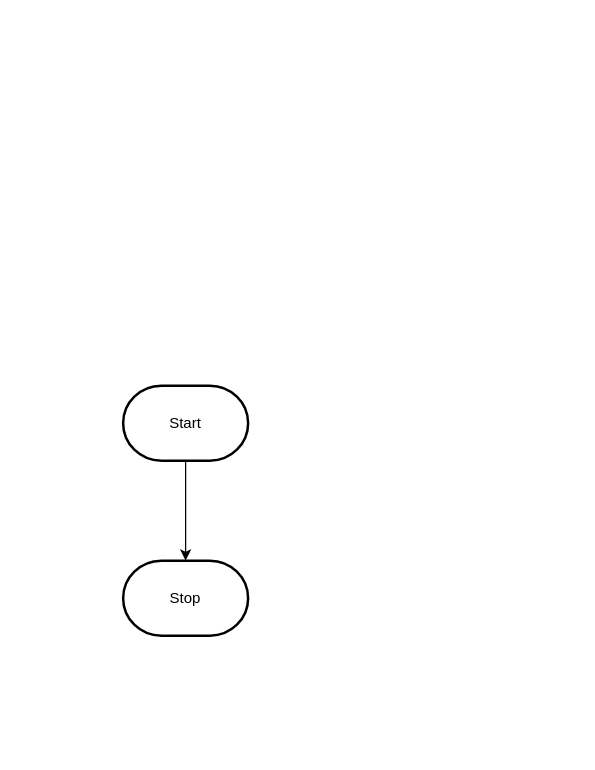
The draw.io diagram design/flowchart.drawio in MTHS-ICS2O-2-2022/ICS2O-Unit-6-02-Mariam-Kasim, before the edit. Source tidied: cells renumbered, new cells numbered last; positions are measured from the earlier drawing's top-left corner, leaving out a move shared by most shapes. Both pictures are drawn from the tidied source at 125%, with x=0, y=0 at pixel (122, 385).
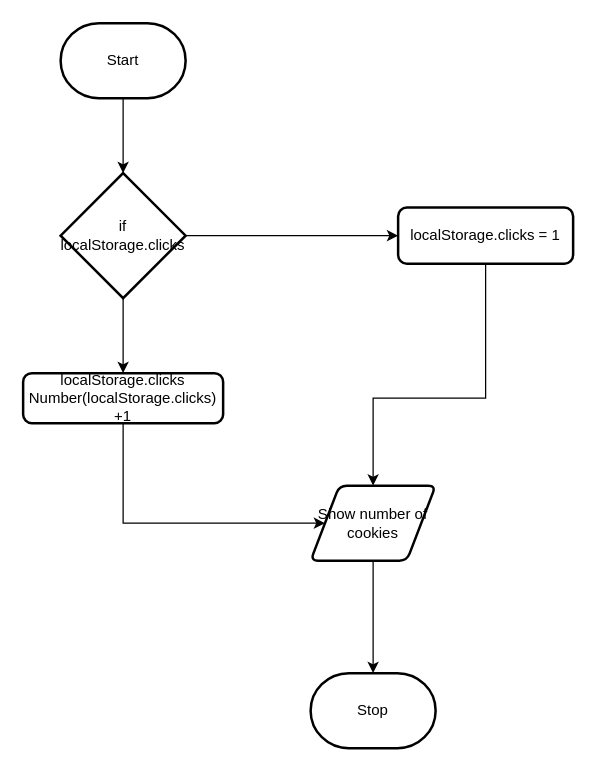
The same page after the edit.

Diff of the diagram source:
```diff
@@
 <mxGraphModel>
   <root>
     <mxCell id="0" />
     <mxCell id="1" parent="0" />
-    <mxCell id="2" style="edgeStyle=orthogonalEdgeStyle;html=1;rounded=0;" parent="1" edge="1" source="3" target="4">
-      <mxGeometry relative="1" as="geometry" />
-    </mxCell>
+    <mxCell id="5" style="edgeStyle=none;html=1;" parent="1" edge="1" source="3" target="8">
+      <mxGeometry relative="1" as="geometry" />
+    </mxCell>
     <mxCell id="3" value="Start" style="strokeWidth=2;html=1;shape=mxgraph.flowchart.terminator;whiteSpace=wrap;" parent="1" vertex="1">
-      <mxGeometry width="100" height="60" as="geometry" />
+      <mxGeometry x="-50" y="-290" width="100" height="60" as="geometry" />
     </mxCell>
     <mxCell id="4" value="Stop" style="strokeWidth=2;html=1;shape=mxgraph.flowchart.terminator;whiteSpace=wrap;" parent="1" vertex="1">
-      <mxGeometry y="140" width="100" height="60" as="geometry" />
+      <mxGeometry x="150" y="230" width="100" height="60" as="geometry" />
     </mxCell>
+    <mxCell id="6" style="edgeStyle=none;html=1;" parent="1" edge="1" source="8" target="10">
+      <mxGeometry relative="1" as="geometry" />
+    </mxCell>
+    <mxCell id="7" style="edgeStyle=none;rounded=0;html=1;" parent="1" edge="1" source="8" target="14">
+      <mxGeometry relative="1" as="geometry" />
+    </mxCell>
+    <mxCell id="8" value="if&lt;br&gt;localStorage.clicks" style="strokeWidth=2;html=1;shape=mxgraph.flowchart.decision;whiteSpace=wrap;" parent="1" vertex="1">
+      <mxGeometry x="-50" y="-170" width="100" height="100" as="geometry" />
+    </mxCell>
+    <mxCell id="9" style="edgeStyle=none;html=1;rounded=0;" parent="1" edge="1" source="10">
+      <mxGeometry relative="1" as="geometry">
+        <mxPoint x="200" y="80" as="targetPoint" />
+        <Array as="points">
+          <mxPoint x="290" y="10" />
+          <mxPoint x="200" y="10" />
+        </Array>
+      </mxGeometry>
+    </mxCell>
+    <mxCell id="10" value="localStorage.clicks = 1" style="rounded=1;whiteSpace=wrap;html=1;absoluteArcSize=1;arcSize=14;strokeWidth=2;" parent="1" vertex="1">
+      <mxGeometry x="220" y="-142.5" width="140" height="45" as="geometry" />
+    </mxCell>
+    <mxCell id="11" style="edgeStyle=none;rounded=0;html=1;entryX=0.5;entryY=0;entryDx=0;entryDy=0;entryPerimeter=0;" parent="1" edge="1" source="12" target="4">
+      <mxGeometry relative="1" as="geometry" />
+    </mxCell>
+    <mxCell id="12" value="Show number of cookies" style="shape=parallelogram;html=1;strokeWidth=2;perimeter=parallelogramPerimeter;whiteSpace=wrap;rounded=1;arcSize=12;size=0.23;" parent="1" vertex="1">
+      <mxGeometry x="150" y="80" width="100" height="60" as="geometry" />
+    </mxCell>
+    <mxCell id="13" style="edgeStyle=none;rounded=0;html=1;entryX=0;entryY=0.5;entryDx=0;entryDy=0;" parent="1" edge="1" source="14" target="12">
+      <mxGeometry relative="1" as="geometry">
+        <Array as="points">
+          <mxPoint y="110" />
+        </Array>
+      </mxGeometry>
+    </mxCell>
+    <mxCell id="14" value="localStorage.clicks&lt;br&gt;Number(localStorage.clicks)&lt;br&gt;+1" style="rounded=1;whiteSpace=wrap;html=1;absoluteArcSize=1;arcSize=14;strokeWidth=2;" parent="1" vertex="1">
+      <mxGeometry x="-80" y="-10" width="160" height="40" as="geometry" />
+    </mxCell>
   </root>
 </mxGraphModel>
```
